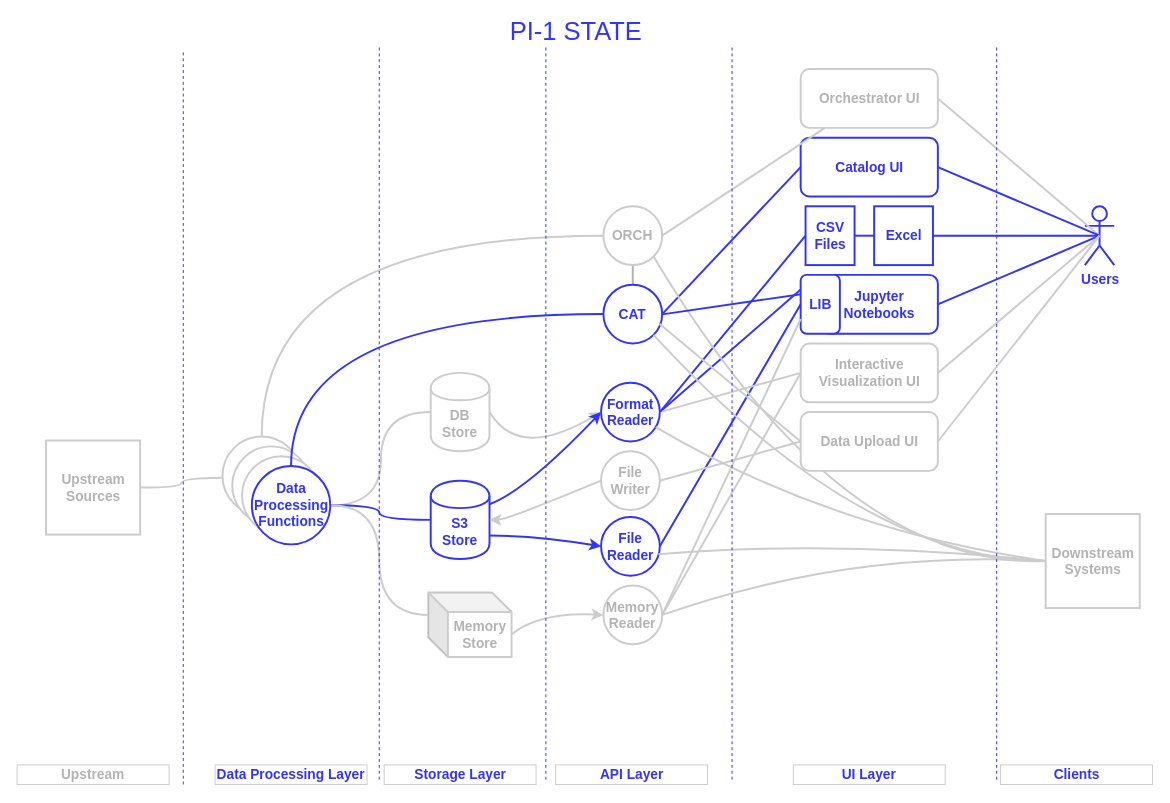
Earlier version of the draw.io diagram light-pi1-state.drawio (victor-kolesnikov/light-design). Source tidied: cells renumbered, new cells numbered last; positions are measured from the earlier drawing's top-left corner, leaving out a move shared by most shapes. Both pictures are drawn from the tidied source at 98%, with x=0, y=0 at pixel (17, 22).
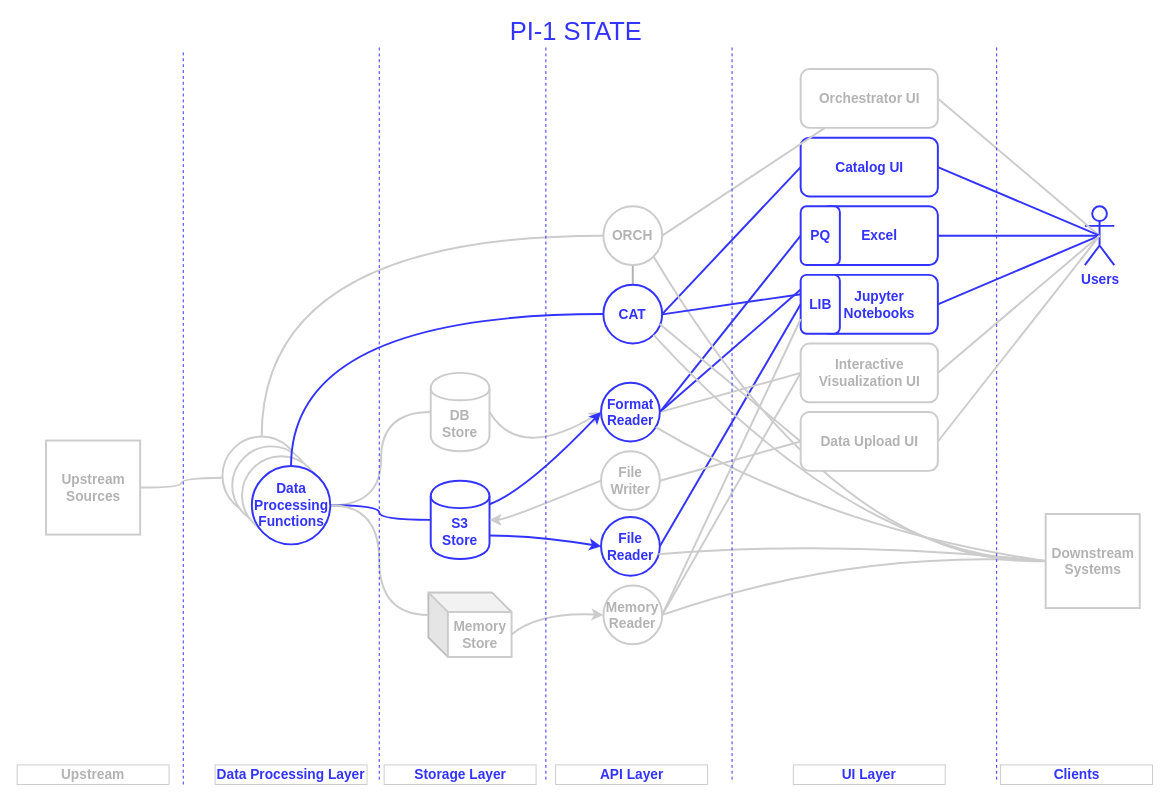
The same diagram, later.

The change refers to these unchanged cells:
```xml
<mxCell id="4" value="&lt;div&gt;&lt;font style=&quot;font-size: 14px&quot;&gt;&lt;b&gt;&lt;font style=&quot;font-size: 14px&quot;&gt;Format&lt;br&gt;&lt;/font&gt;&lt;/b&gt;&lt;/font&gt;&lt;/div&gt;&lt;div&gt;&lt;font style=&quot;font-size: 14px&quot;&gt;&lt;b&gt;&lt;font style=&quot;font-size: 14px&quot;&gt;Reader &lt;br&gt;&lt;/font&gt;&lt;/b&gt;&lt;/font&gt;&lt;/div&gt;" style="ellipse;whiteSpace=wrap;html=1;strokeColor=#3333FF;strokeWidth=2;fillColor=#FFFFFF;fontColor=#3333FF;" parent="1" vertex="1">
  <mxGeometry x="595.8" y="368" width="60" height="60" as="geometry" />
</mxCell>
```

Diff of the diagram source:
```diff
@@
-    <mxCell id="30" style="endArrow=none;html=1;strokeColor=#3333FF;strokeWidth=2;exitX=1;exitY=0.5;exitDx=0;exitDy=0;entryX=0;entryY=0.5;entryDx=0;entryDy=0;endFill=0;fontColor=#3333FF;" parent="1" edge="1" source="4" target="72">
+    <mxCell id="30" style="endArrow=none;html=1;strokeColor=#3333FF;strokeWidth=2;exitX=1;exitY=0.5;exitDx=0;exitDy=0;entryX=0;entryY=0.5;entryDx=0;entryDy=0;endFill=0;fontColor=#3333FF;" parent="1" edge="1" source="4" target="73">
       <mxGeometry relative="1" as="geometry" />
     </mxCell>
@@
-    <mxCell id="70" value="&lt;font size=&quot;1&quot; color=&quot;#3333FF&quot;&gt;&lt;b style=&quot;font-size: 14px&quot;&gt;Excel &lt;br&gt;&lt;/b&gt;&lt;/font&gt;" style="rounded=0;whiteSpace=wrap;html=1;strokeColor=#3333FF;strokeWidth=2;fillColor=#FFFFFF;" parent="1" vertex="1">
-      <mxGeometry x="874.5" y="188" width="60" height="60" as="geometry" />
+    <mxCell id="70" value="&lt;font style=&quot;font-size: 14px&quot;&gt;&lt;b&gt;&lt;font style=&quot;font-size: 14px&quot; color=&quot;#3333FF&quot;&gt;Excel&lt;/font&gt;&lt;/b&gt;&lt;/font&gt;" style="rounded=1;whiteSpace=wrap;html=1;strokeColor=#3333FF;strokeWidth=2;fillColor=#FFFFFF;" parent="1" vertex="1">
+      <mxGeometry x="819.5" y="188" width="120" height="60" as="geometry" />
     </mxCell>
-    <mxCell id="71" style="edgeStyle=orthogonalEdgeStyle;rounded=0;jettySize=auto;html=1;exitX=1;exitY=0.5;exitDx=0;exitDy=0;entryX=0;entryY=0.5;entryDx=0;entryDy=0;strokeColor=#3333FF;endArrow=none;endFill=0;strokeWidth=2;" parent="1" edge="1" source="72" target="70">
-      <mxGeometry relative="1" as="geometry" />
-    </mxCell>
-    <mxCell id="72" value="&lt;div style=&quot;font-size: 14px;&quot;&gt;CSV&lt;/div&gt;&lt;div style=&quot;font-size: 14px;&quot;&gt;Files&lt;br style=&quot;font-size: 14px;&quot;&gt;&lt;/div&gt;" style="rounded=0;whiteSpace=wrap;html=1;strokeColor=#3333FF;strokeWidth=2;fontStyle=1;fontSize=14;fontColor=#3333FF;" parent="1" vertex="1">
-      <mxGeometry x="804.5" y="188" width="50" height="60" as="geometry" />
-    </mxCell>
+    <mxCell id="73" value="&lt;font size=&quot;1&quot;&gt;&lt;b&gt;&lt;font style=&quot;font-size: 14px&quot; color=&quot;#3333FF&quot;&gt;PQ&lt;/font&gt;&lt;/b&gt;&lt;/font&gt;" style="rounded=1;whiteSpace=wrap;html=1;strokeColor=#3333FF;strokeWidth=2;fillColor=#FFFFFF;" parent="1" vertex="1">
+      <mxGeometry x="799.5" y="188" width="40" height="60" as="geometry" />
+    </mxCell>
```
